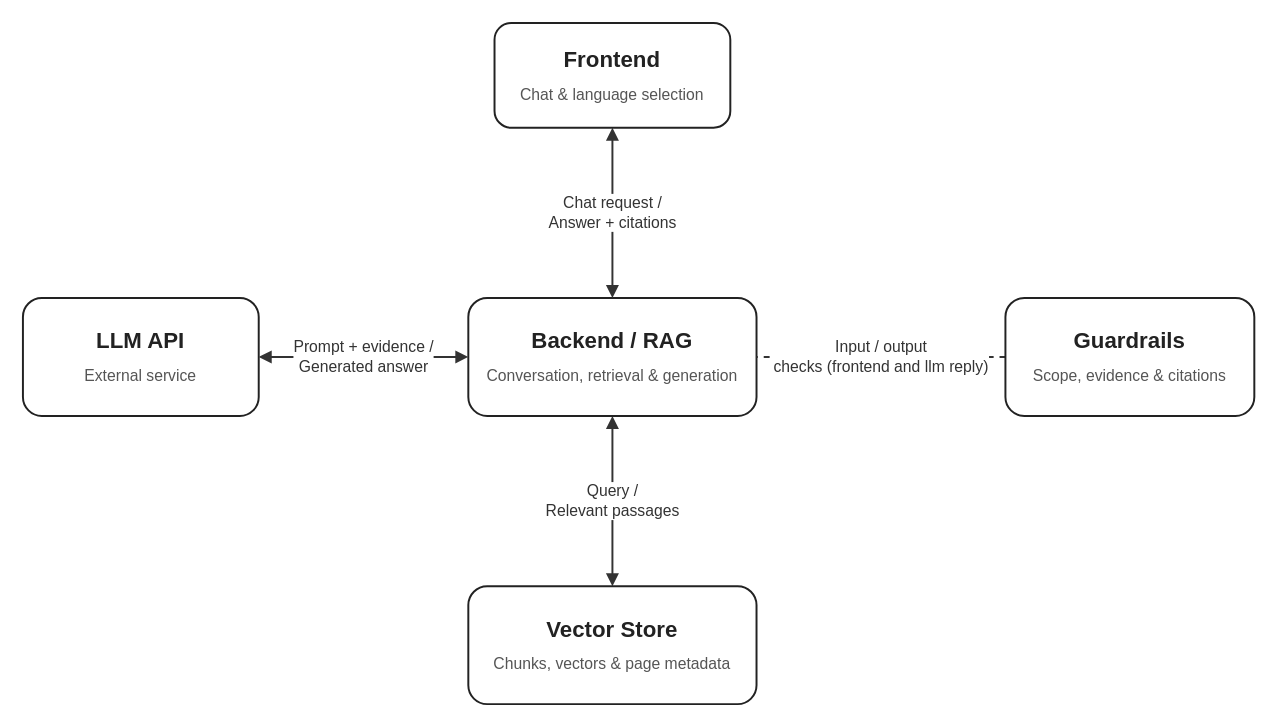
zihanzhao94/insure-tutor keeps this draw.io diagram as docs/architecture.drawio. Above is the earlier version. Source tidied: cells renumbered, new cells numbered last; positions are measured from the earlier drawing's top-left corner, leaving out a move shared by most shapes. Both pictures are drawn from the tidied source at 131%, with x=0, y=0 at pixel (22, 22).
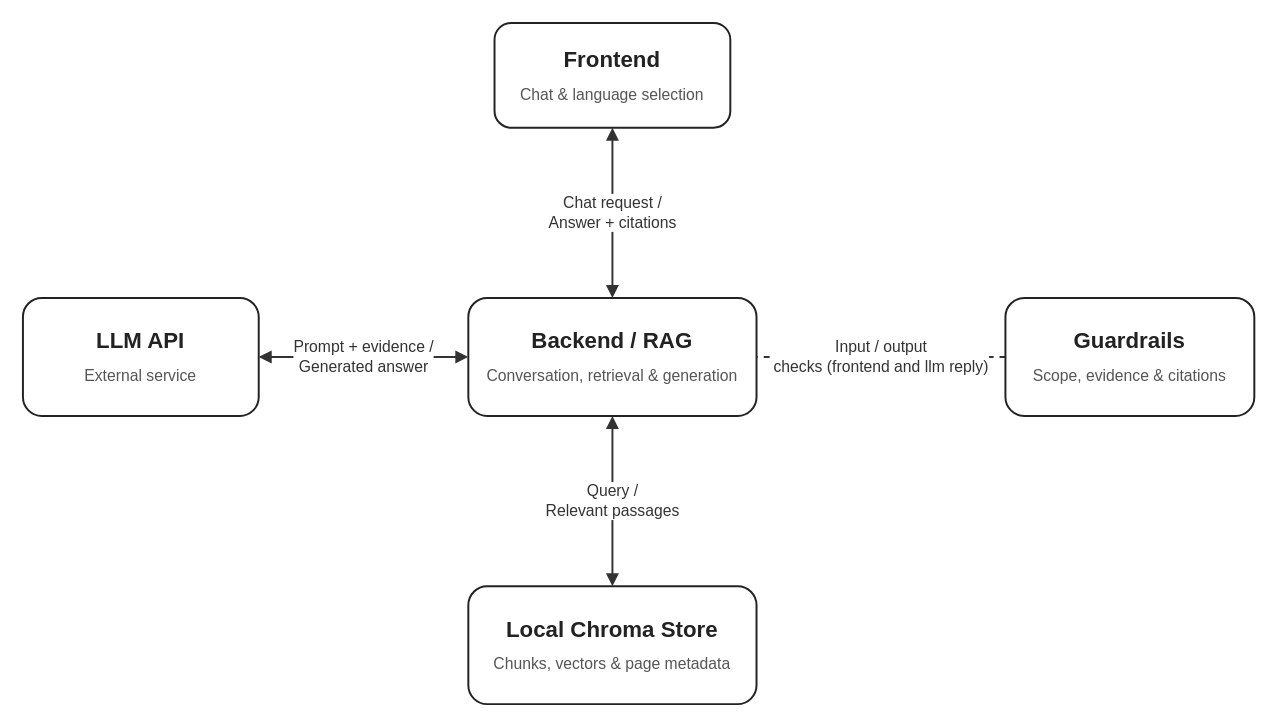
After the change.

Commit message (it also covers changes not shown here):
feat: use persistent Chroma for RAG vector storage

Change to the diagram source:
```diff
@@
 <mxGraphModel>
   <root>
     <mxCell id="0" />
     <mxCell id="1" parent="0" />
     <mxCell id="2" value="Query /&lt;br&gt;Relevant passages" style="edgeStyle=orthogonalEdgeStyle;rounded=0;jettySize=auto;html=1;strokeWidth=1.5;strokeColor=#333333;fontSize=12;fontColor=#333333;labelBackgroundColor=#ffffff;startArrow=block;startFill=1;endArrow=block;endFill=1;exitX=0.5;exitY=1;exitDx=0;exitDy=0;entryX=0.5;entryY=0;entryDx=0;entryDy=0;" parent="1" edge="1" source="3" target="6">
       <mxGeometry relative="1" as="geometry" />
     </mxCell>
     <mxCell id="3" value="&lt;div&gt;&lt;b&gt;Backend / RAG&lt;/b&gt;&lt;/div&gt;&lt;div style=&quot;font-size:12px;color:#555555;margin-top:8px;&quot;&gt;Conversation, retrieval &amp;amp; generation&lt;/div&gt;" style="rounded=1;whiteSpace=wrap;html=1;arcSize=16;fillColor=#ffffff;strokeColor=#222222;strokeWidth=1.5;fontColor=#222222;fontSize=17;spacing=12;" parent="1" vertex="1">
       <mxGeometry x="340" y="210" width="220" height="90" as="geometry" />
     </mxCell>
     <mxCell id="4" value="Chat request /&lt;br&gt;Answer + citations" style="edgeStyle=orthogonalEdgeStyle;rounded=0;jettySize=auto;html=1;strokeWidth=1.5;strokeColor=#333333;fontSize=12;fontColor=#333333;labelBackgroundColor=#ffffff;startArrow=block;startFill=1;endArrow=block;endFill=1;exitX=0.5;exitY=1;exitDx=0;exitDy=0;entryX=0.5;entryY=0;entryDx=0;entryDy=0;" parent="1" edge="1" source="5" target="3">
       <mxGeometry relative="1" as="geometry" />
     </mxCell>
     <mxCell id="5" value="&lt;div&gt;&lt;b&gt;Frontend&lt;/b&gt;&lt;/div&gt;&lt;div style=&quot;font-size:12px;color:#555555;margin-top:8px;&quot;&gt;Chat &amp;amp; language selection&lt;/div&gt;" style="rounded=1;whiteSpace=wrap;html=1;arcSize=16;fillColor=#ffffff;strokeColor=#222222;strokeWidth=1.5;fontColor=#222222;fontSize=17;spacing=12;" parent="1" vertex="1">
       <mxGeometry x="360" width="180" height="80" as="geometry" />
     </mxCell>
-    <mxCell id="6" value="&lt;div&gt;&lt;b&gt;Vector Store&lt;/b&gt;&lt;/div&gt;&lt;div style=&quot;font-size:12px;color:#555555;margin-top:8px;&quot;&gt;Chunks, vectors &amp;amp; page metadata&lt;/div&gt;" style="rounded=1;whiteSpace=wrap;html=1;arcSize=16;fillColor=#ffffff;strokeColor=#222222;strokeWidth=1.5;fontColor=#222222;fontSize=17;spacing=12;" parent="1" vertex="1">
+    <mxCell id="6" value="&lt;div&gt;&lt;b&gt;Local Chroma Store&lt;/b&gt;&lt;/div&gt;&lt;div style=&quot;font-size:12px;color:#555555;margin-top:8px;&quot;&gt;Chunks, vectors &amp;amp; page metadata&lt;/div&gt;" style="rounded=1;whiteSpace=wrap;html=1;arcSize=16;fillColor=#ffffff;strokeColor=#222222;strokeWidth=1.5;fontColor=#222222;fontSize=17;spacing=12;" parent="1" vertex="1">
       <mxGeometry x="340" y="430" width="220" height="90" as="geometry" />
     </mxCell>
     <mxCell id="7" value="Input / output&lt;br&gt;checks (frontend and llm reply)" style="edgeStyle=orthogonalEdgeStyle;rounded=0;jettySize=auto;html=1;strokeWidth=1.5;strokeColor=#333333;fontSize=12;fontColor=#333333;labelBackgroundColor=#ffffff;startArrow=none;endArrow=none;dashed=1;exitX=0;exitY=0.5;exitDx=0;exitDy=0;entryX=1;entryY=0.5;entryDx=0;entryDy=0;" parent="1" edge="1" source="8" target="3">
       <mxGeometry relative="1" as="geometry" />
     </mxCell>
     <mxCell id="8" value="&lt;div&gt;&lt;b&gt;Guardrails&lt;/b&gt;&lt;/div&gt;&lt;div style=&quot;font-size:12px;color:#555555;margin-top:8px;&quot;&gt;Scope, evidence &amp;amp; citations&lt;/div&gt;" style="rounded=1;whiteSpace=wrap;html=1;arcSize=16;fillColor=#ffffff;strokeColor=#222222;strokeWidth=1.5;fontColor=#222222;fontSize=17;spacing=12;" parent="1" vertex="1">
       <mxGeometry x="750" y="210" width="190" height="90" as="geometry" />
     </mxCell>
     <mxCell id="9" value="&lt;div&gt;&lt;b&gt;LLM API&lt;/b&gt;&lt;/div&gt;&lt;div style=&quot;font-size:12px;color:#555555;margin-top:8px;&quot;&gt;External service&lt;/div&gt;" style="rounded=1;whiteSpace=wrap;html=1;arcSize=16;fillColor=#ffffff;strokeColor=#222222;strokeWidth=1.5;fontColor=#222222;fontSize=17;spacing=12;" parent="1" vertex="1">
       <mxGeometry y="210" width="180" height="90" as="geometry" />
     </mxCell>
     <mxCell id="10" value="Prompt + evidence /&lt;br&gt;Generated answer" style="edgeStyle=orthogonalEdgeStyle;rounded=0;jettySize=auto;html=1;strokeWidth=1.5;strokeColor=#333333;fontSize=12;fontColor=#333333;labelBackgroundColor=#ffffff;startArrow=block;startFill=1;endArrow=block;endFill=1;exitX=0;exitY=0.5;exitDx=0;exitDy=0;entryX=1;entryY=0.5;entryDx=0;entryDy=0;" parent="1" edge="1" source="3" target="9">
       <mxGeometry relative="1" as="geometry" />
     </mxCell>
   </root>
 </mxGraphModel>
```
